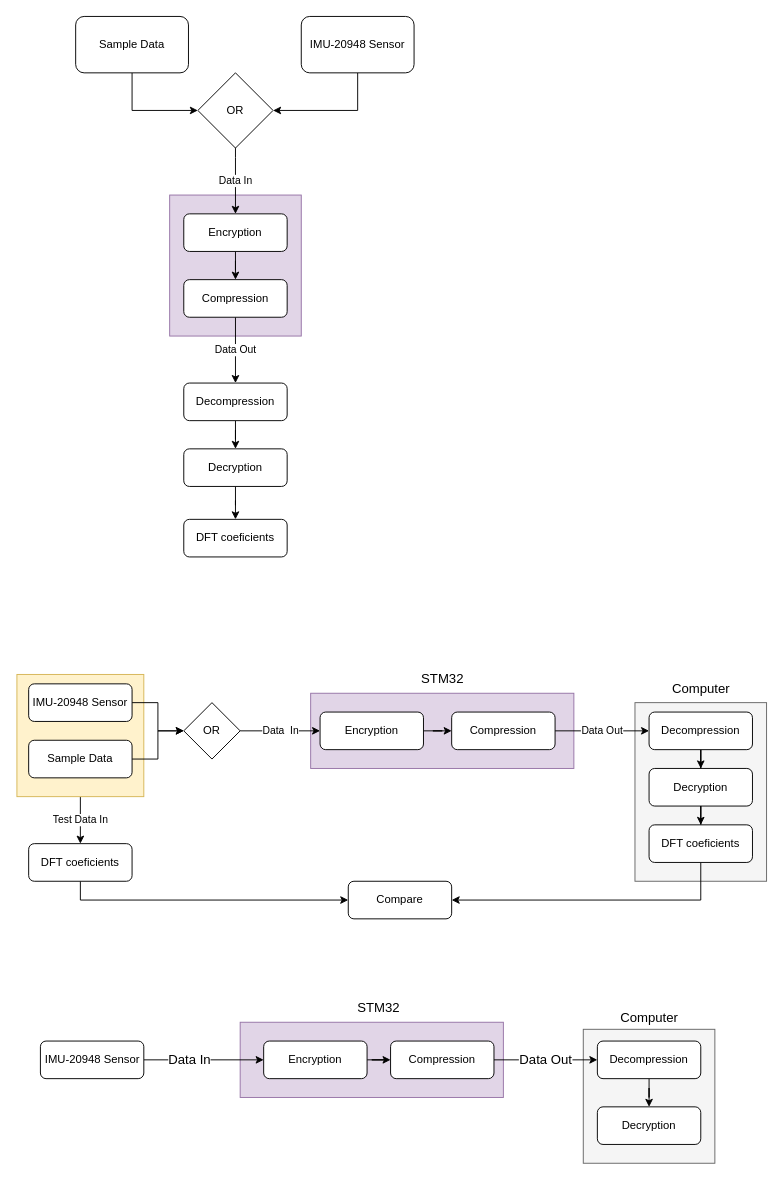
tristynferreiro/SHARC-buoy-data-transmission keeps this draw.io diagram as Docs/Reports/3097Design.drawio. Above is the earlier version. Source tidied: cells renumbered, new cells numbered last; positions are measured from the earlier drawing's top-left corner, leaving out a move shared by most shapes. Both pictures are drawn from the tidied source at 94%, with x=0, y=0 at pixel (17, 16).
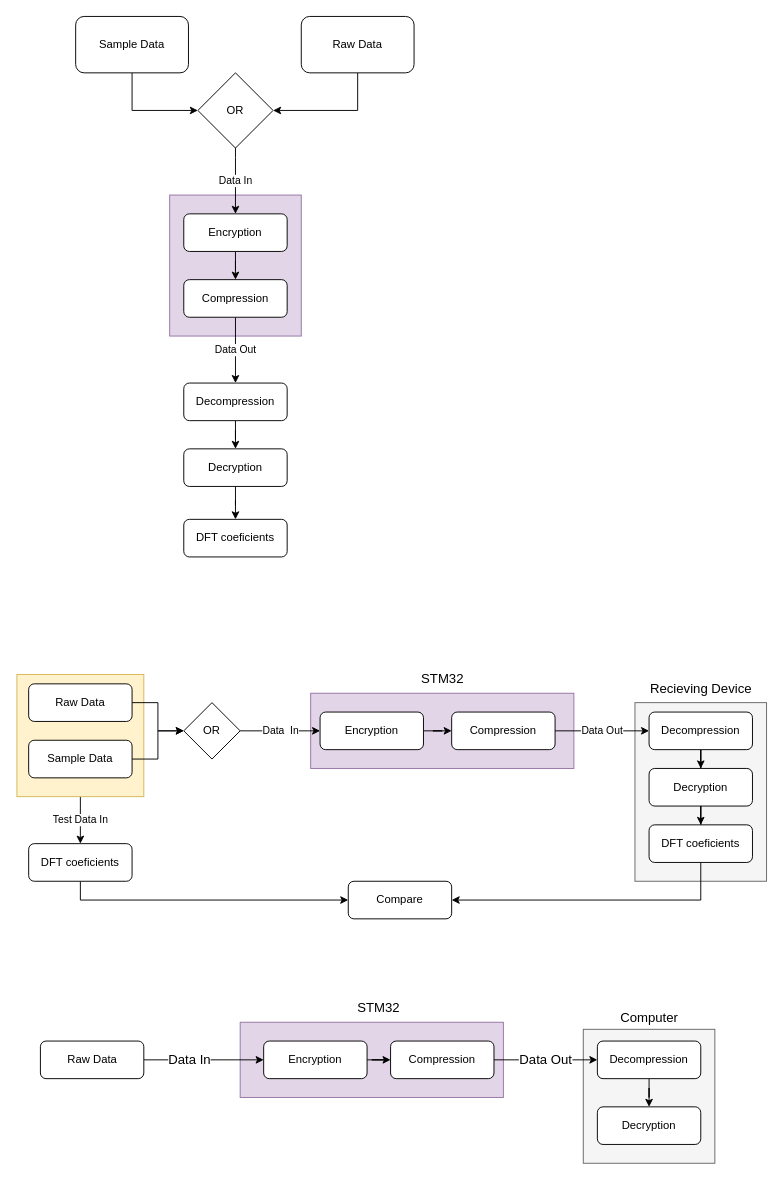
The same diagram, later.

The edit, as a diff of the source:
```diff
@@
-    <mxCell id="12" value="IMU-20948 Sensor" style="rounded=1;whiteSpace=wrap;html=1;" parent="1" vertex="1">
+    <mxCell id="12" value="Raw Data" style="rounded=1;whiteSpace=wrap;html=1;" parent="1" vertex="1">
       <mxGeometry x="302" width="120" height="60" as="geometry" />
     </mxCell>
@@
-    <mxCell id="38" value="IMU-20948 Sensor" style="rounded=1;whiteSpace=wrap;html=1;" parent="1" vertex="1">
+    <mxCell id="38" value="Raw Data" style="rounded=1;whiteSpace=wrap;html=1;" parent="1" vertex="1">
       <mxGeometry x="12" y="710" width="110" height="40" as="geometry" />
     </mxCell>
@@
-    <mxCell id="42" value="Computer" style="text;html=1;strokeColor=none;fillColor=none;align=center;verticalAlign=middle;whiteSpace=wrap;rounded=0;strokeWidth=1;fontSize=14;" parent="1" vertex="1">
-      <mxGeometry x="689.5" y="700" width="75" height="30" as="geometry" />
+    <mxCell id="42" value="Recieving&amp;nbsp;Device" style="text;html=1;strokeColor=none;fillColor=none;align=center;verticalAlign=middle;whiteSpace=wrap;rounded=0;strokeWidth=1;fontSize=14;" parent="1" vertex="1">
+      <mxGeometry x="670.8" y="700" width="112.5" height="30" as="geometry" />
     </mxCell>
@@
-    <mxCell id="54" value="IMU-20948 Sensor" style="rounded=1;whiteSpace=wrap;html=1;" parent="1" vertex="1">
+    <mxCell id="54" value="Raw Data" style="rounded=1;whiteSpace=wrap;html=1;" parent="1" vertex="1">
       <mxGeometry x="24.5" y="1090" width="110" height="40" as="geometry" />
     </mxCell>
```
